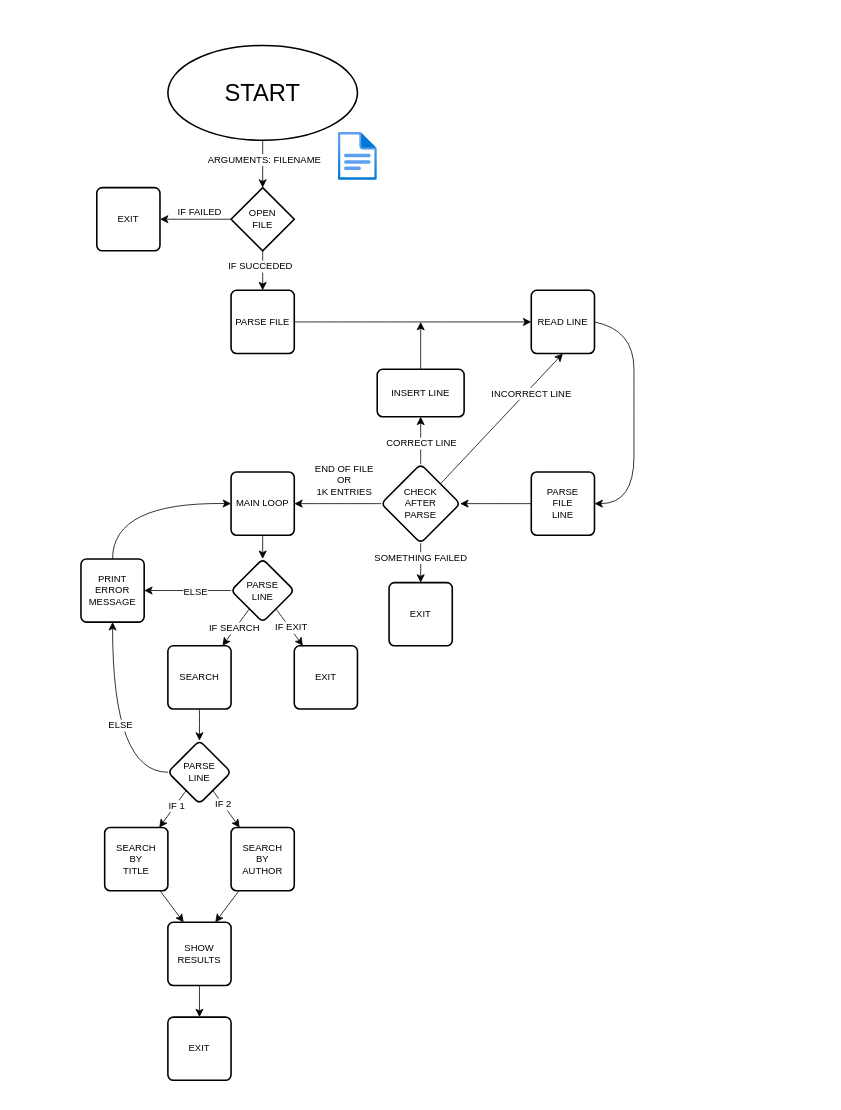
Earlier version of the draw.io diagram sd04/ex00/sd04ex00.drawio (X2Borgo/42xunifi-structured-development-2025-alborghi). Source tidied: cells renumbered, new cells numbered last; positions are measured from the earlier drawing's top-left corner, leaving out a move shared by most shapes. Both pictures are drawn from the tidied source at 79%, with x=0, y=0 at pixel (81, 45).
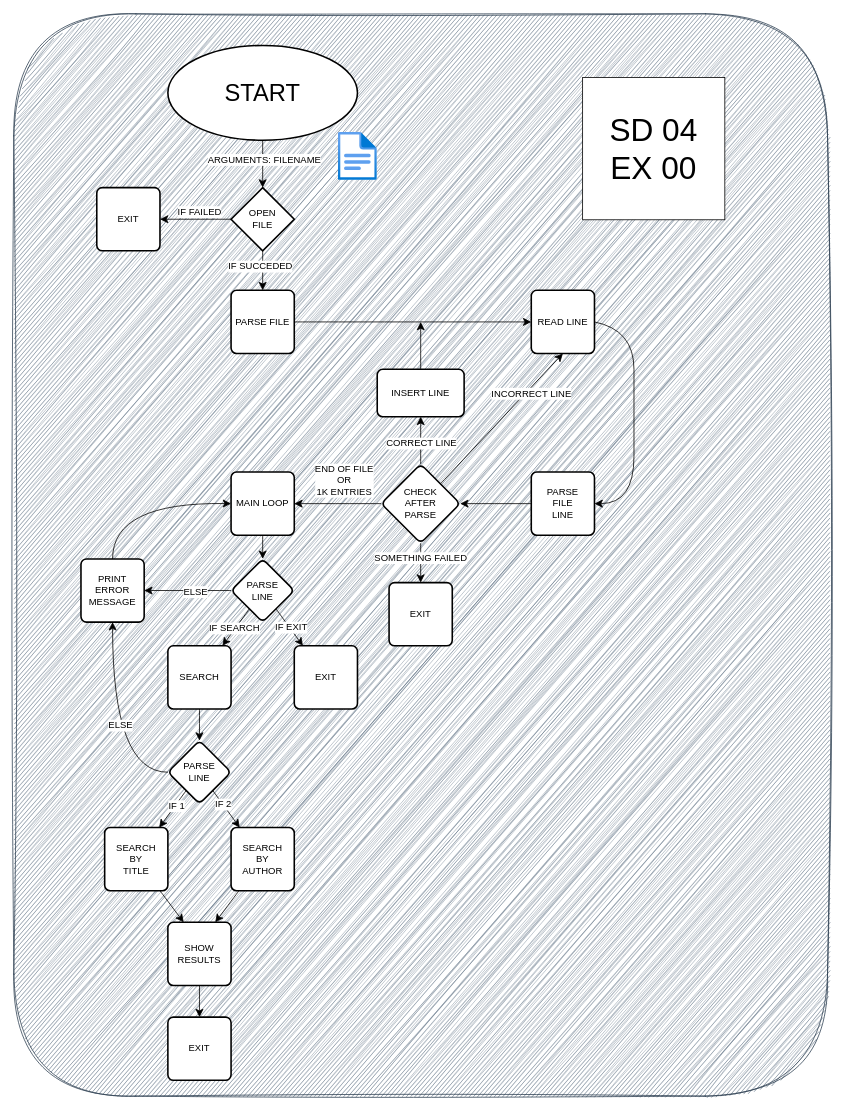
The same page after the edit.

The edit, as a diff of the source:
```diff
@@
+    <mxCell id="58" style="rounded=1;whiteSpace=wrap;html=1;strokeWidth=1;perimeterSpacing=2;sketch=1;curveFitting=1;jiggle=2;fillColor=#647687;fontColor=#ffffff;strokeColor=#314354;glass=0;" parent="1" vertex="1">
+      <mxGeometry x="-85" y="-40" width="1030" height="1370" as="geometry" />
+    </mxCell>
@@
+    <mxCell id="59" value="&lt;font style=&quot;font-size: 40px;&quot;&gt;SD 04&lt;/font&gt;&lt;div&gt;&lt;font style=&quot;font-size: 40px;&quot;&gt;EX 00&lt;/font&gt;&lt;/div&gt;" style="rounded=0;whiteSpace=wrap;html=1;" parent="1" vertex="1">
+      <mxGeometry x="635" y="40.7" width="180" height="180" as="geometry" />
+    </mxCell>
```
